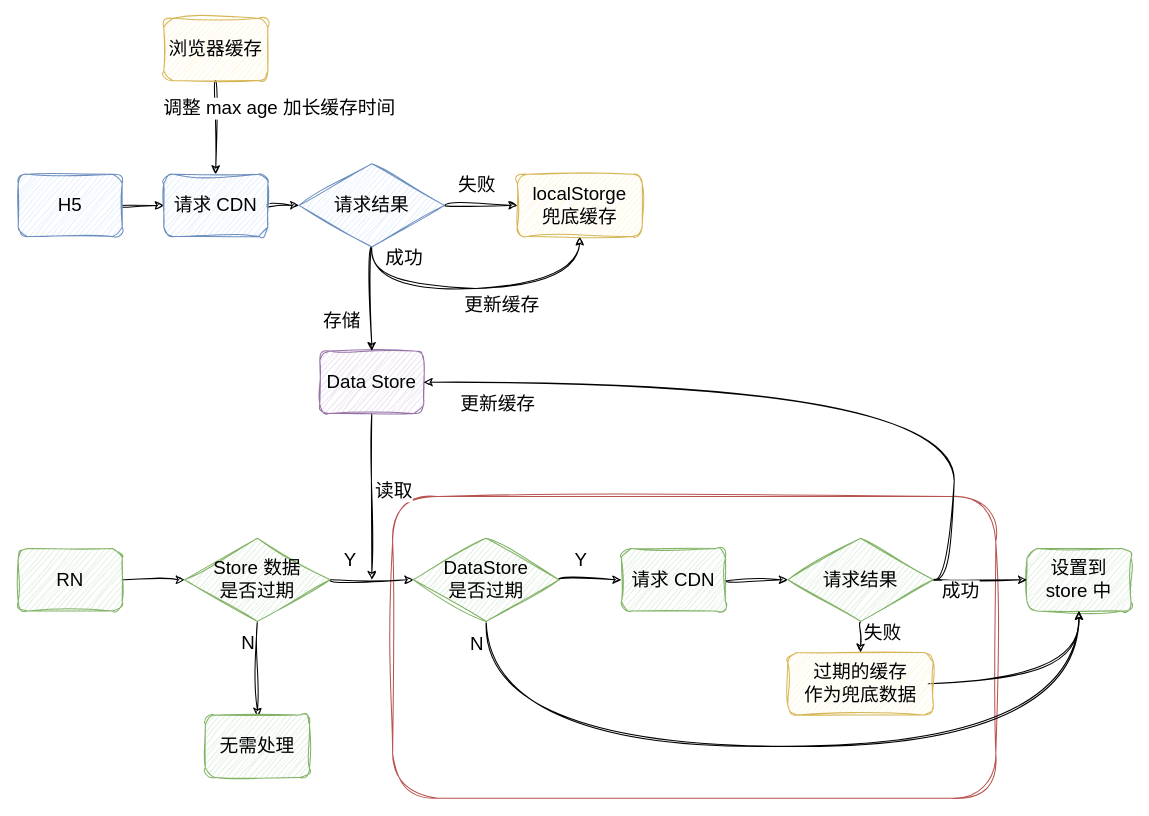
Above: page "缓存优化" (10 of 11) of CDN优化.drawio in Darkindom/draw-the-diagrams (draw.io), before the change. Source tidied: cells renumbered, new cells numbered last; positions are measured from the earlier drawing's top-left corner, leaving out a move shared by most shapes. Both pictures are drawn from the tidied source at 104%, with x=0, y=0 at pixel (18, 18).
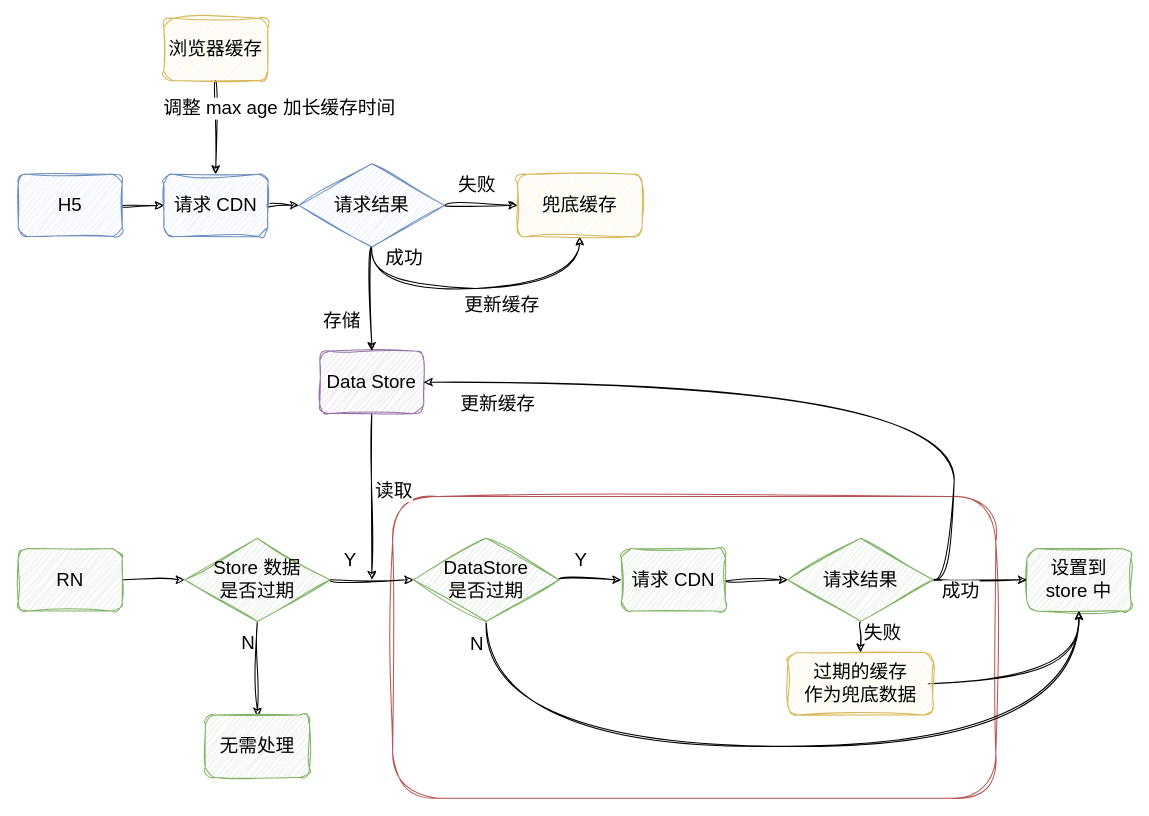
The same page after the edit.

Change to the diagram source:
```diff
@@
-    <mxCell id="39" value="localStorge&lt;br style=&quot;font-size: 18px;&quot;&gt;兜底缓存" style="rounded=1;whiteSpace=wrap;html=1;sketch=1;hachureGap=4;jiggle=2;curveFitting=1;fontFamily=手札体-简;fontSize=18;fillColor=#fff2cc;strokeColor=#d6b656;" parent="1" vertex="1">
+    <mxCell id="39" value="兜底缓存" style="rounded=1;whiteSpace=wrap;html=1;sketch=1;hachureGap=4;jiggle=2;curveFitting=1;fontFamily=手札体-简;fontSize=18;fillColor=#fff2cc;strokeColor=#d6b656;" parent="1" vertex="1">
       <mxGeometry x="480" y="150" width="120" height="60" as="geometry" />
     </mxCell>
```
